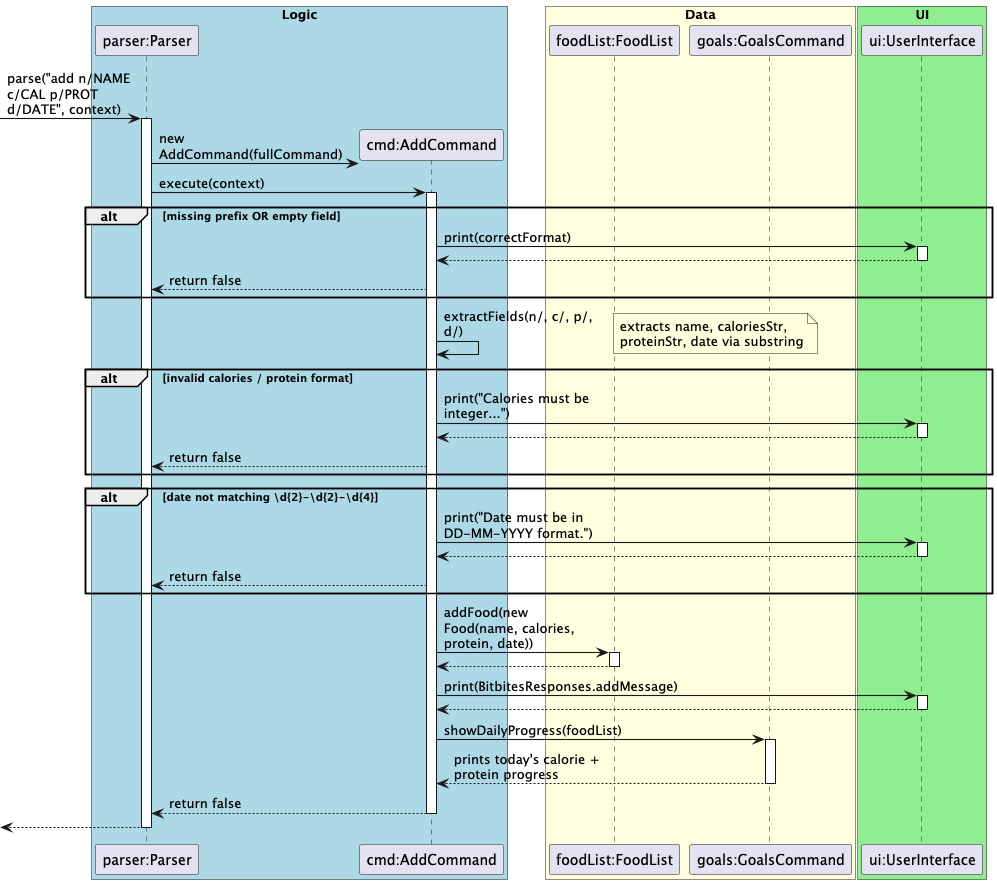
Earlier version of the PlantUML export docs/uml/add_sequence.png (bryanyeo3125/tp). The source it was exported from:
```plantuml
@startuml
skinparam arrowThickness 1.1
skinparam maxMessageSize 150

box "Logic" #LightBlue
participant "parser:Parser" as Parser
participant "cmd:AddCommand" as Add
end box

box "Data" #LightYellow
participant "foodList:FoodList" as FoodList
participant "goals:GoalsCommand" as Goals
end box

box "UI" #LightGreen
participant "ui:UserInterface" as UI
end box

-> Parser : parse("add n/NAME c/CAL p/PROT d/DATE", context)
activate Parser

Parser -> Add ** : new AddCommand(fullCommand)
Parser -> Add : execute(context)
activate Add

alt missing prefix OR empty field
    Add -> UI : print(correctFormat)
    activate UI
    UI --> Add
    deactivate UI
    Add --> Parser : return false
end

Add -> Add : extractFields(n/, c/, p/, d/)
note right : extracts name, caloriesStr,\nproteinStr, date via substring

alt invalid calories / protein format
    Add -> UI : print("Calories must be integer...")
    activate UI
    UI --> Add
    deactivate UI
    Add --> Parser : return false
end

alt date not matching \\d{2}-\\d{2}-\\d{4}
    Add -> UI : print("Date must be in DD-MM-YYYY format.")
    activate UI
    UI --> Add
    deactivate UI
    Add --> Parser : return false
end

Add -> FoodList : addFood(new Food(name, calories, protein, date))
activate FoodList
FoodList --> Add
deactivate FoodList

Add -> UI : print(BitbitesResponses.addMessage)
activate UI
UI --> Add
deactivate UI

Add -> Goals : showDailyProgress(foodList)
activate Goals
Goals --> Add : prints today's calorie + protein progress
deactivate Goals

Add --> Parser : return false
deactivate Add

<-- Parser
deactivate Parser
@enduml
```
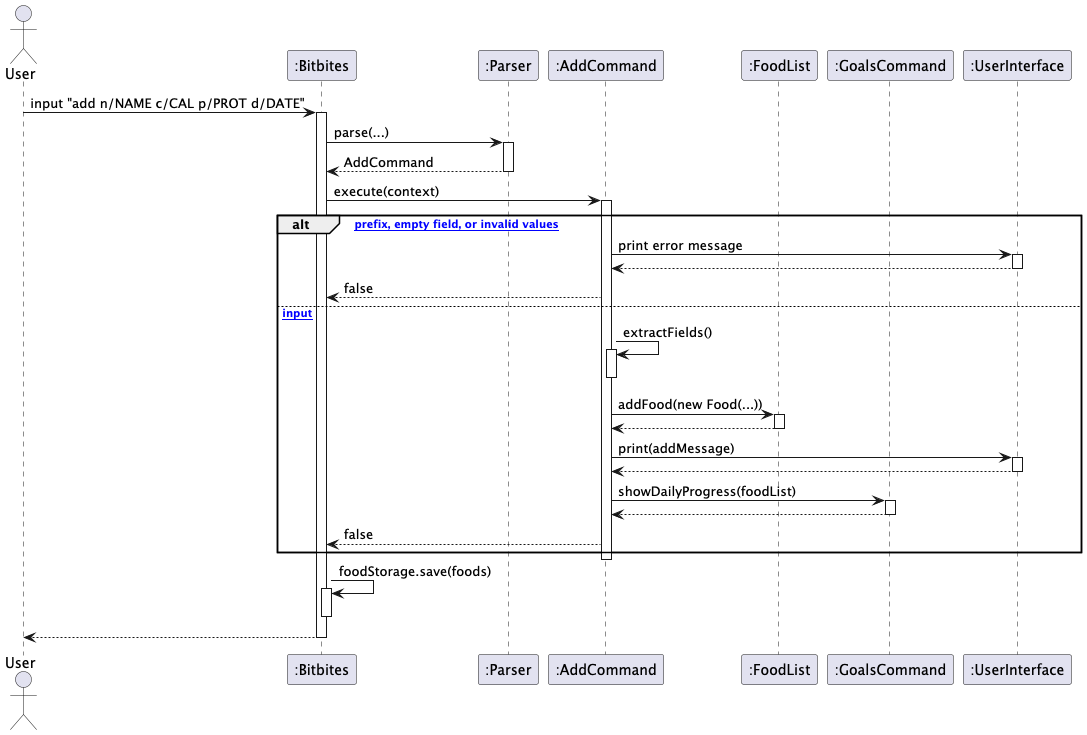
After the commit.

Change to the diagram source:
```diff
@@ -1,73 +1,57 @@
 @startuml
-skinparam arrowThickness 1.1
-skinparam maxMessageSize 150
+actor User
+participant ":Bitbites" as Bitbites
+participant ":Parser" as Parser
+participant ":AddCommand" as AddCommand
+participant ":FoodList" as FoodList
+participant ":GoalsCommand" as GoalsCommand
+participant ":UserInterface" as UI
 
-box "Logic" #LightBlue
-participant "parser:Parser" as Parser
-participant "cmd:AddCommand" as Add
-end box
+User -> Bitbites : input "add n/NAME c/CAL p/PROT d/DATE"
+activate Bitbites
 
-box "Data" #LightYellow
-participant "foodList:FoodList" as FoodList
-participant "goals:GoalsCommand" as Goals
-end box
+Bitbites -> Parser : parse(...)
+activate Parser
+Parser --> Bitbites : AddCommand
+deactivate Parser
 
-box "UI" #LightGreen
-participant "ui:UserInterface" as UI
-end box
+Bitbites -> AddCommand : execute(context)
+activate AddCommand
 
--> Parser : parse("add n/NAME c/CAL p/PROT d/DATE", context)
-activate Parser
+alt [missing prefix, empty field, or invalid values]
+  AddCommand -> UI : print error message
+  activate UI
+  UI --> AddCommand
+  deactivate UI
+  AddCommand --> Bitbites : false
+else [valid input]
+  AddCommand -> AddCommand : extractFields()
+  activate AddCommand
+  deactivate AddCommand
 
-Parser -> Add ** : new AddCommand(fullCommand)
-Parser -> Add : execute(context)
-activate Add
+  AddCommand -> FoodList : addFood(new Food(...))
+  activate FoodList
+  FoodList --> AddCommand
+  deactivate FoodList
 
-alt missing prefix OR empty field
-    Add -> UI : print(correctFormat)
-    activate UI
-    UI --> Add
-    deactivate UI
-    Add --> Parser : return false
+  AddCommand -> UI : print(addMessage)
+  activate UI
+  UI --> AddCommand
+  deactivate UI
+
+  AddCommand -> GoalsCommand : showDailyProgress(foodList)
+  activate GoalsCommand
+  GoalsCommand --> AddCommand
+  deactivate GoalsCommand
+
+  AddCommand --> Bitbites : false
 end
+deactivate AddCommand
 
-Add -> Add : extractFields(n/, c/, p/, d/)
-note right : extracts name, caloriesStr,\nproteinStr, date via substring
+Bitbites -> Bitbites : foodStorage.save(foods)
+activate Bitbites
+deactivate Bitbites
 
-alt invalid calories / protein format
-    Add -> UI : print("Calories must be integer...")
-    activate UI
-    UI --> Add
-    deactivate UI
-    Add --> Parser : return false
-end
-
-alt date not matching \\d{2}-\\d{2}-\\d{4}
-    Add -> UI : print("Date must be in DD-MM-YYYY format.")
-    activate UI
-    UI --> Add
-    deactivate UI
-    Add --> Parser : return false
-end
-
-Add -> FoodList : addFood(new Food(name, calories, protein, date))
-activate FoodList
-FoodList --> Add
-deactivate FoodList
-
-Add -> UI : print(BitbitesResponses.addMessage)
-activate UI
-UI --> Add
-deactivate UI
-
-Add -> Goals : showDailyProgress(foodList)
-activate Goals
-Goals --> Add : prints today's calorie + protein progress
-deactivate Goals
-
-Add --> Parser : return false
-deactivate Add
-
-<-- Parser
-deactivate Parser
+Bitbites --> User
+deactivate Bitbites
 @enduml
```
